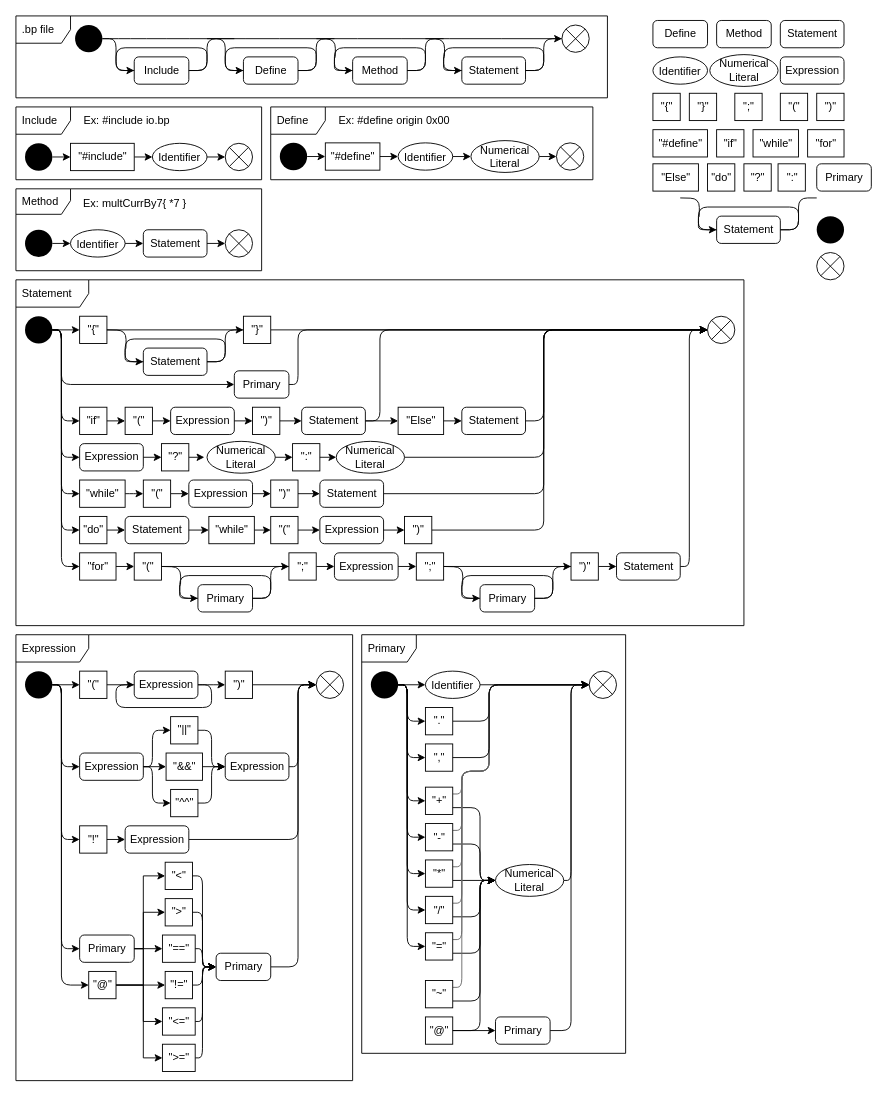
Earlier version of the draw.io diagram AST_design.drawio (tjl4709/brainplus). Source tidied: cells renumbered, new cells numbered last; positions are measured from the earlier drawing's top-left corner, leaving out a move shared by most shapes. Both pictures are drawn from the tidied source at 91%, with x=0, y=0 at pixel (15, 15).
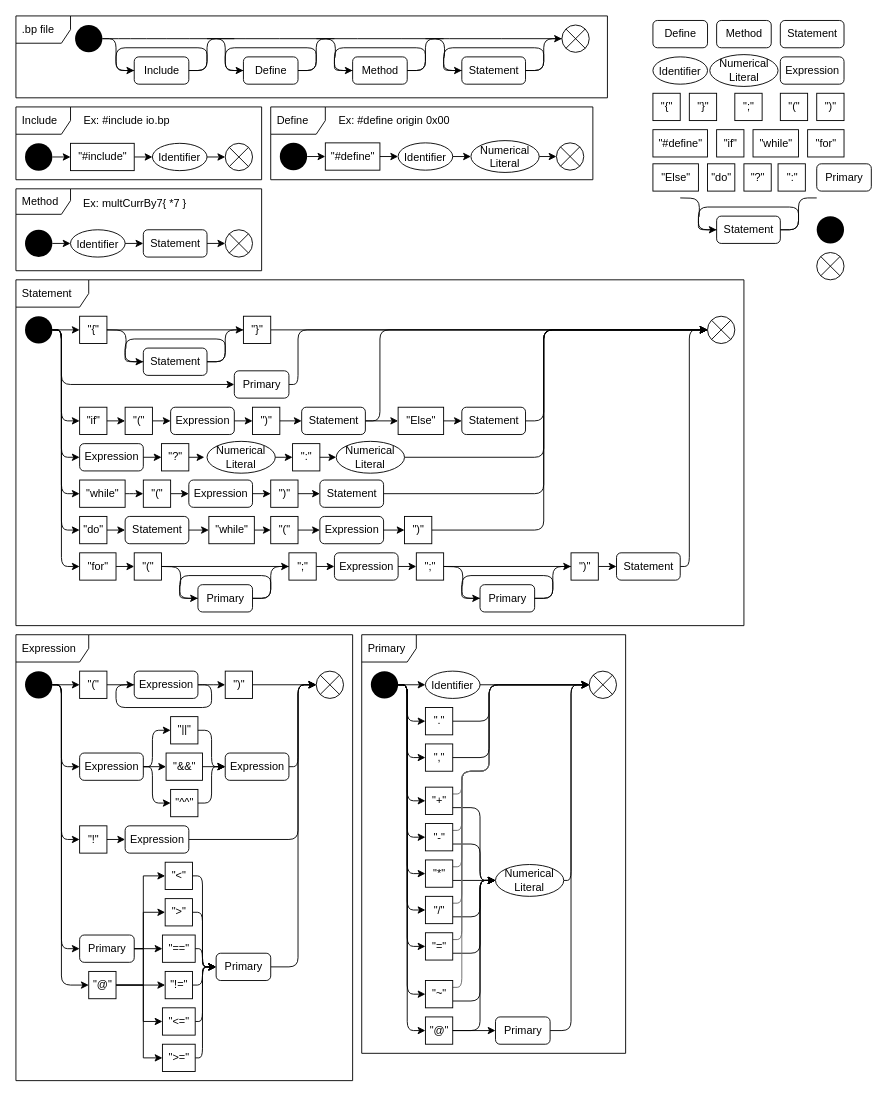
After the change.

Commit message:
added missing arrows in primary

Unchanged cells that the change refers to:
```xml
<mxCell id="199" style="group;" parent="197" vertex="1">
  <mxGeometry x="10" y="40" width="270" height="410" as="geometry" />
</mxCell>
<mxCell id="200" style="ellipse;fillColor=#000000;strokeColor=none;" parent="199" vertex="1">
  <mxGeometry width="30" height="30" as="geometry" />
</mxCell>
<mxCell id="232" value="&quot;~&quot;" style="text;html=1;align=center;verticalAlign=middle;dashed=0;fillColor=#ffffff;strokeColor=#000000;" parent="199" vertex="1">
  <mxGeometry x="60" y="340" width="30" height="30" as="geometry" />
</mxCell>
<mxCell id="237" value="&quot;@&quot;" style="text;html=1;align=center;verticalAlign=middle;dashed=0;fillColor=#ffffff;strokeColor=#000000;" parent="199" vertex="1">
  <mxGeometry x="60" y="380" width="30" height="30" as="geometry" />
</mxCell>
```

Change to the diagram source:
```diff
@@
+    <mxCell id="287" style="edgeStyle=orthogonalEdgeStyle;rounded=1;jettySize=auto;html=1;exitX=1;exitY=0.5;exitDx=0;exitDy=0;entryX=0;entryY=0.5;entryDx=0;entryDy=0;" parent="199" edge="1" source="200" target="232">
+      <mxGeometry relative="1" as="geometry">
+        <Array as="points">
+          <mxPoint x="40" y="15" />
+          <mxPoint x="40" y="355" />
+        </Array>
+      </mxGeometry>
+    </mxCell>
+    <mxCell id="288" style="edgeStyle=orthogonalEdgeStyle;rounded=1;jettySize=auto;html=1;exitX=1;exitY=0.5;exitDx=0;exitDy=0;entryX=0;entryY=0.5;entryDx=0;entryDy=0;" parent="199" edge="1" source="200" target="237">
+      <mxGeometry relative="1" as="geometry">
+        <Array as="points">
+          <mxPoint x="40" y="15" />
+          <mxPoint x="40" y="395" />
+        </Array>
+      </mxGeometry>
+    </mxCell>
```
